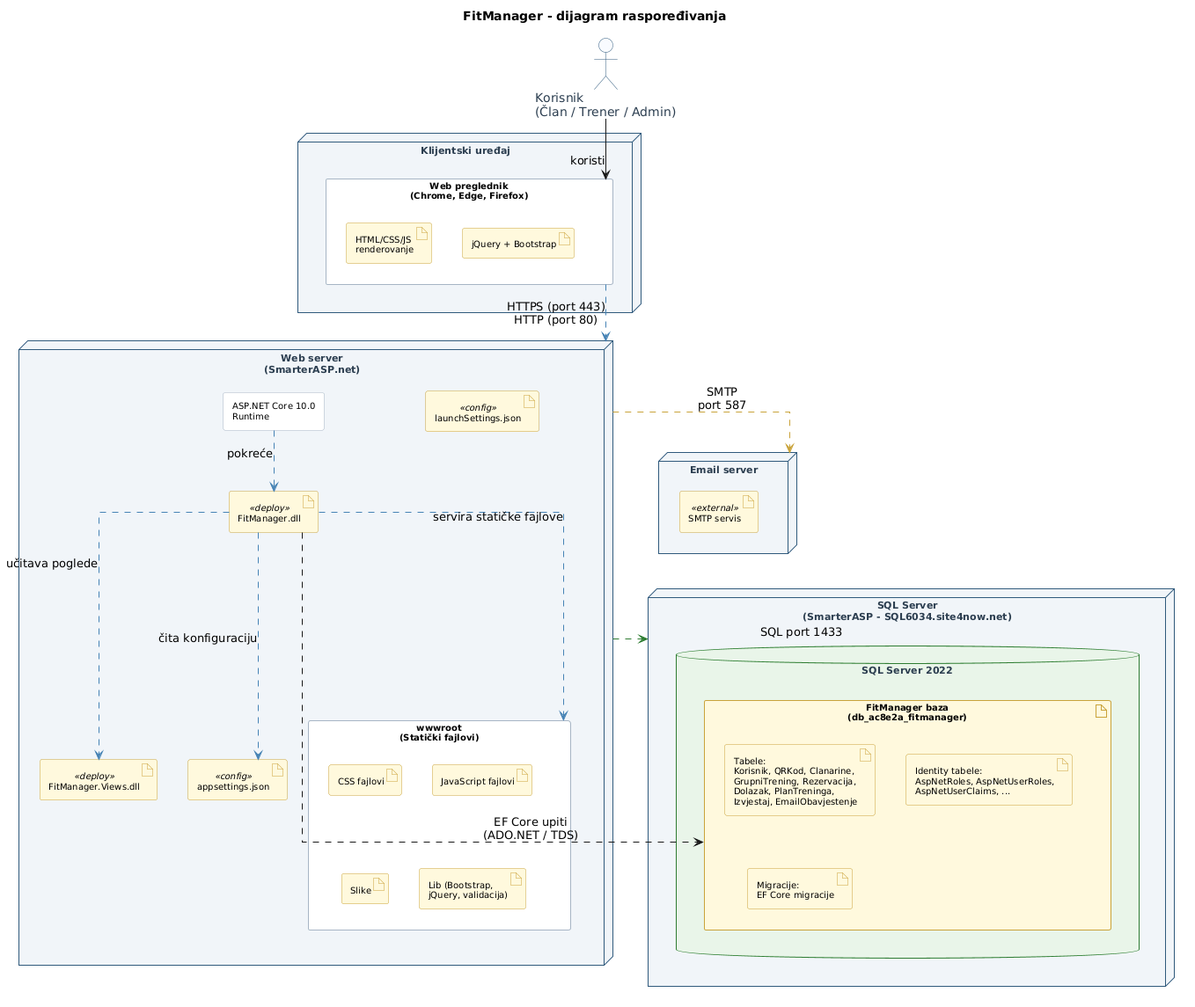
ooad-2025-26/Grupa3-Tim3 keeps this PlantUML diagram as TASK10/dijagramrasporedjivanja.png. Above is the earlier version. Source of this version:
```plantuml
@startuml
title FitManager - dijagram raspoređivanja

skinparam shadowing false
skinparam linetype ortho
skinparam packageStyle rectangle
skinparam wrapWidth 200
skinparam defaultFontName Segoe UI
skinparam node {
  BackgroundColor #F0F4F8
  BorderColor #315A7D
  FontName Segoe UI
  FontSize 11
  FontColor #2C3E50
}
skinparam database {
  BackgroundColor #E8F4E8
  BorderColor #2E7D32
  FontName Segoe UI
  FontSize 11
  FontColor #2C3E50
}
skinparam artifact {
  BackgroundColor #FFF8DC
  BorderColor #C8A23A
  FontName Segoe UI
  FontSize 10
}
skinparam actor {
  BackgroundColor #F8FBFF
  BorderColor #315A7D
  FontColor #2C3E50
}
skinparam rectangle {
  BackgroundColor #FFFFFF
  BorderColor #A6B5C4
  FontName Segoe UI
  FontSize 10
}
skinparam note {
  BackgroundColor #FFF8DC
  BorderColor #C8A23A
  FontName Segoe UI
  FontSize 10
}

actor "Korisnik\n(Član / Trener / Admin)" as User

node "Klijentski uređaj" as ClientNode {
  rectangle "Web preglednik\n(Chrome, Edge, Firefox)" as Browser {
    artifact "HTML/CSS/JS\nrenderovanje" as HtmlRender
    artifact "jQuery + Bootstrap" as ClientFramework
  }
}

node "Web server\n(SmarterASP.net)" as WebServer {
  rectangle "ASP.NET Core 10.0\nRuntime" as DotNetRuntime

  artifact "FitManager.dll" as AppDll <<deploy>>
  artifact "FitManager.Views.dll" as ViewsDll <<deploy>>
  artifact "appsettings.json" as AppSettings <<config>>
  artifact "launchSettings.json" as LaunchSettings <<config>>

  rectangle "wwwroot\n(Statički fajlovi)" as WwwRootArtifact {
    artifact "CSS fajlovi" as CssArtifact
    artifact "JavaScript fajlovi" as JsArtifact
    artifact "Slike" as ImageArtifact
    artifact "Lib (Bootstrap,\njQuery, validacija)" as LibArtifact
  }
}

node "SQL Server\n(SmarterASP - SQL6034.site4now.net)" as DbNode {
  database "SQL Server 2022" as SqlServerInstance {
    artifact "FitManager baza\n(db_ac8e2a_fitmanager)" as FitManagerDb {
      artifact "Tabele:\nKorisnik, QRKod, Clanarine,\nGrupniTrening, Rezervacija,\nDolazak, PlanTreninga,\nIzvjestaj, EmailObavjestenje" as DbTables
      artifact "Identity tabele:\nAspNetRoles, AspNetUserRoles,\nAspNetUserClaims, ..." as IdentityTables
      artifact "Migracije:\nEF Core migracije" as MigrationsArtifact
    }
  }
}

node "Email server" as EmailNode {
  artifact "SMTP servis" as SmtpService <<external>>
}

User --> Browser : koristi \n

Browser .[#4682B4].> WebServer : HTTPS (port 443)\nHTTP (port 80)

DotNetRuntime .[#4682B4].> AppDll : pokreće
AppDll .[#4682B4].> ViewsDll : učitava poglede
AppDll .[#4682B4].> AppSettings : čita konfiguraciju
AppDll .[#4682B4].> WwwRootArtifact : servira statičke fajlove

WebServer .[#2E7D32].> DbNode : SQL port 1433

AppDll ..> FitManagerDb : EF Core upiti\n(ADO.NET / TDS)

WebServer .[#C8A23A].> EmailNode : SMTP\nport 587
@enduml
```
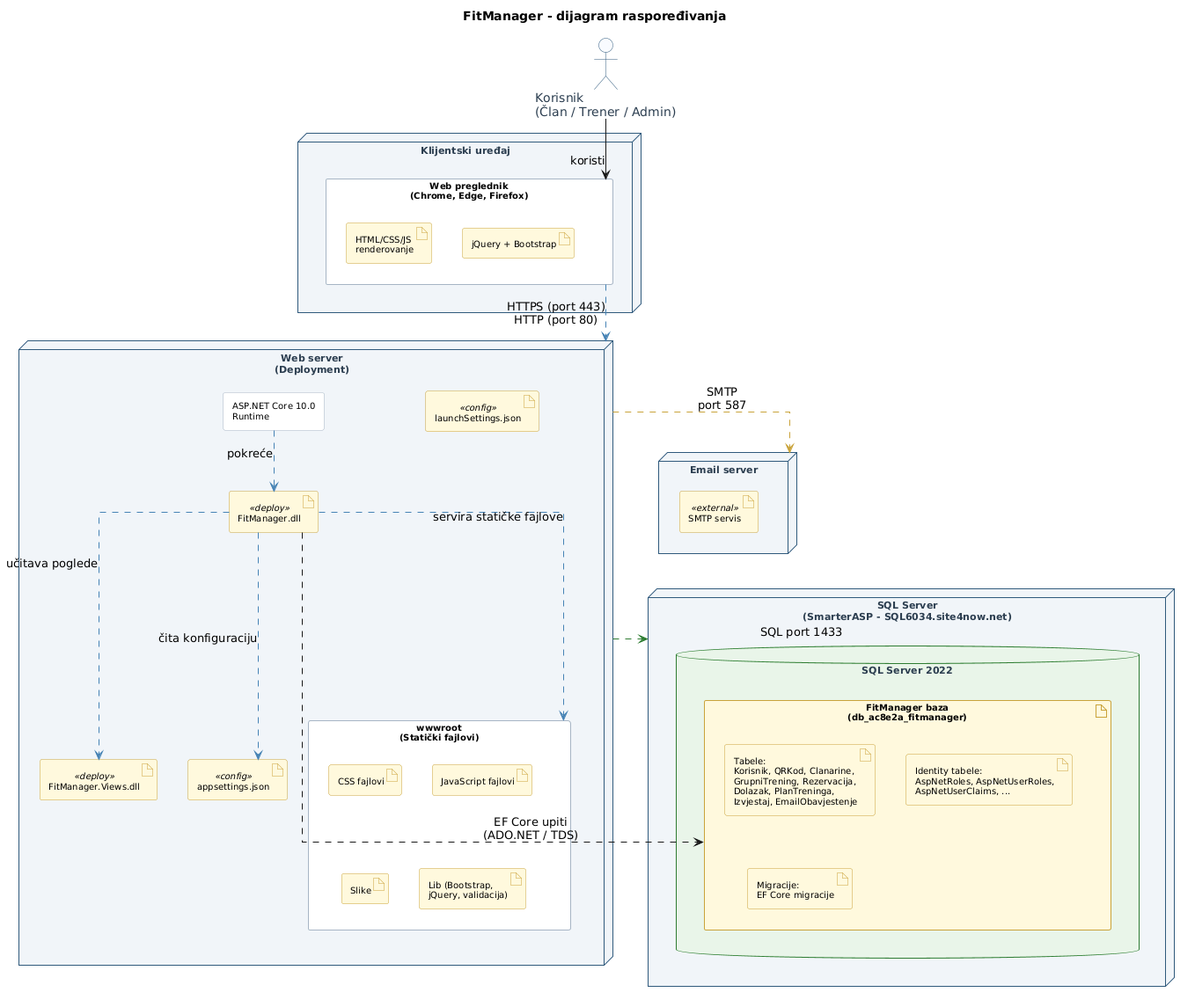
Above is the later version.

The edit, as a diff of the source:
```diff
@@ -53,7 +53,7 @@
   }
 }
 
-node "Web server\n(SmarterASP.net)" as WebServer {
+node "Web server\n(Deployment)" as WebServer {
   rectangle "ASP.NET Core 10.0\nRuntime" as DotNetRuntime
 
   artifact "FitManager.dll" as AppDll <<deploy>>
```
